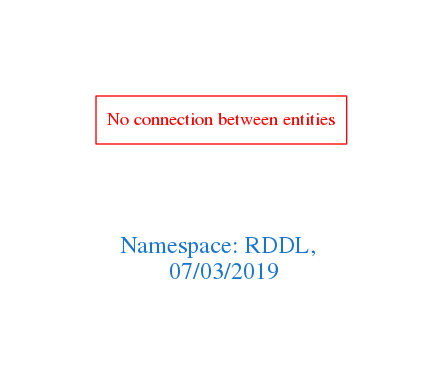
Earlier version of the Graphviz export downloads/RDDL.png (arago/OGIT). Its source is kept beside it as downloads/RDDL.dot.
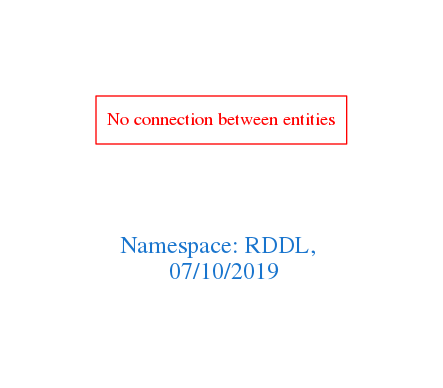
After the change.

Change to the diagram source:
```diff
@@ -1,7 +1,7 @@
 digraph OGIT_ontology {
  graph [ rankdir= LR,pad=1
 fontsize = 18,
-fontcolor= dodgerblue3,label = "\n\n\nNamespace: RDDL, \n 07/03/2019"];
+fontcolor= dodgerblue3,label = "\n\n\nNamespace: RDDL, \n 07/10/2019"];
 node[shape=polygon];
 edge [  color="gray81"];
 
```
